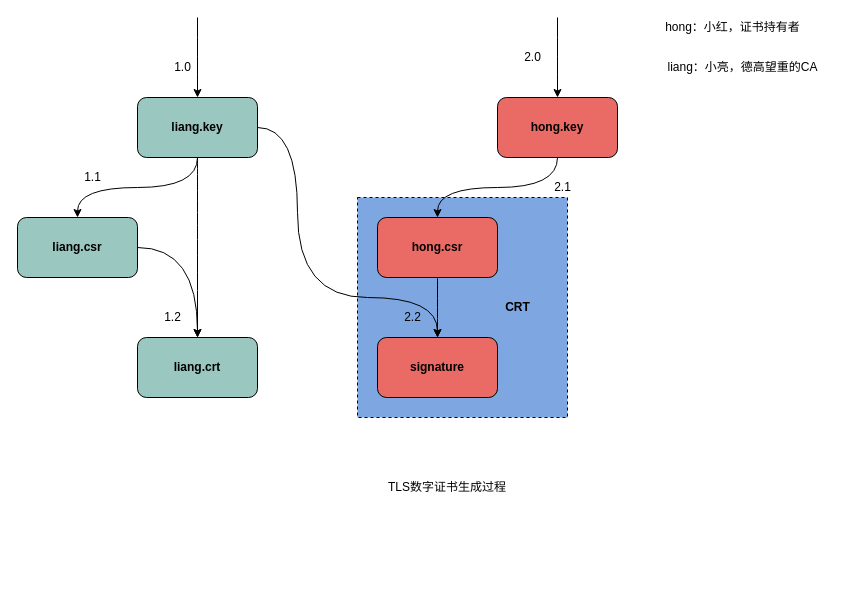
ab-doc/draw.io keeps this draw.io diagram as src/tls.drawio. Above is the earlier version. Source tidied: cells renumbered, new cells numbered last; positions are measured from the earlier drawing's top-left corner, leaving out a move shared by most shapes. Both pictures are drawn from the tidied source at 100%, with x=0, y=0 at pixel (17, 17).
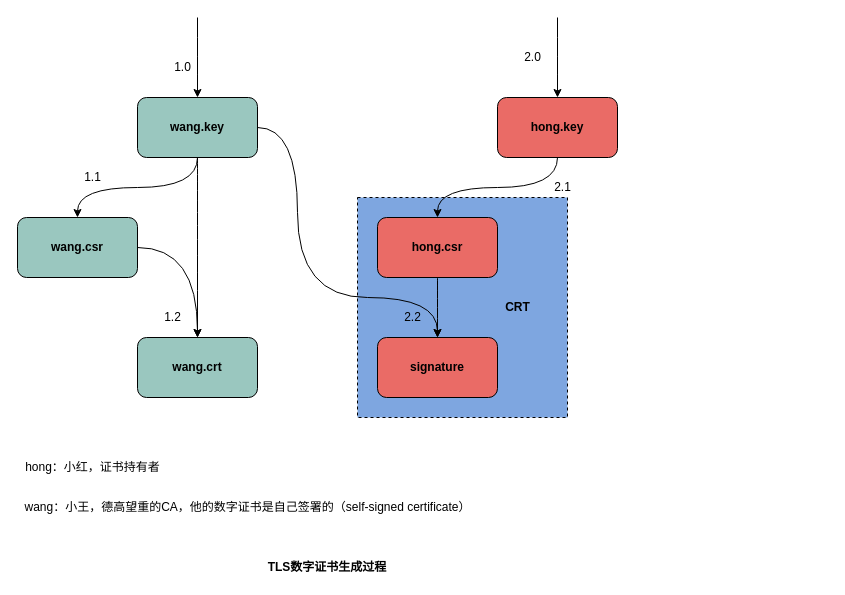
Above is the later version.

Change to the diagram source:
```diff
@@
-    <mxCell id="7" value="&lt;b&gt;liang.key&lt;/b&gt;" style="rounded=1;whiteSpace=wrap;html=1;fillColor=#9AC7BF;" parent="1" vertex="1">
+    <mxCell id="7" value="&lt;b&gt;wang.key&lt;/b&gt;" style="rounded=1;whiteSpace=wrap;html=1;fillColor=#9AC7BF;" parent="1" vertex="1">
       <mxGeometry x="120" y="80" width="120" height="60" as="geometry" />
     </mxCell>
-    <mxCell id="8" value="&lt;b&gt;liang.crt&lt;/b&gt;" style="rounded=1;whiteSpace=wrap;html=1;fillColor=#9AC7BF;" parent="1" vertex="1">
+    <mxCell id="8" value="&lt;b&gt;wang.crt&lt;/b&gt;" style="rounded=1;whiteSpace=wrap;html=1;fillColor=#9AC7BF;" parent="1" vertex="1">
       <mxGeometry x="120" y="320" width="120" height="60" as="geometry" />
     </mxCell>
@@
-    <mxCell id="10" value="&lt;b&gt;liang.csr&lt;/b&gt;" style="rounded=1;whiteSpace=wrap;html=1;fillColor=#9AC7BF;" parent="1" vertex="1">
+    <mxCell id="10" value="&lt;b&gt;wang.csr&lt;/b&gt;" style="rounded=1;whiteSpace=wrap;html=1;fillColor=#9AC7BF;" parent="1" vertex="1">
       <mxGeometry y="200" width="120" height="60" as="geometry" />
     </mxCell>
@@
-    <mxCell id="17" value="TLS数字证书生成过程" style="text;html=1;strokeColor=none;fillColor=none;align=center;verticalAlign=middle;whiteSpace=wrap;rounded=0;dashed=1;" parent="1" vertex="1">
-      <mxGeometry x="360" y="460" width="140" height="20" as="geometry" />
+    <mxCell id="17" value="&lt;b&gt;TLS数字证书生成过程&lt;/b&gt;" style="text;html=1;strokeColor=none;fillColor=none;align=center;verticalAlign=middle;whiteSpace=wrap;rounded=0;dashed=1;" parent="1" vertex="1">
+      <mxGeometry x="240" y="540" width="140" height="20" as="geometry" />
     </mxCell>
@@
     <mxCell id="24" value="hong：小红，证书持有者" style="text;html=1;align=center;verticalAlign=middle;" parent="1" vertex="1">
-      <mxGeometry x="640" width="150" height="20" as="geometry" />
+      <mxGeometry y="440" width="150" height="20" as="geometry" />
     </mxCell>
-    <mxCell id="25" value="liang：小亮，德高望重的CA" style="text;html=1;align=center;verticalAlign=middle;" parent="1" vertex="1">
-      <mxGeometry x="640" y="40" width="170" height="20" as="geometry" />
+    <mxCell id="25" value="wang：小王，德高望重的CA，他的数字证书是自己签署的（self-signed certificate）" style="text;html=1;align=center;verticalAlign=middle;" parent="1" vertex="1">
+      <mxGeometry y="480" width="460" height="20" as="geometry" />
     </mxCell>
```
